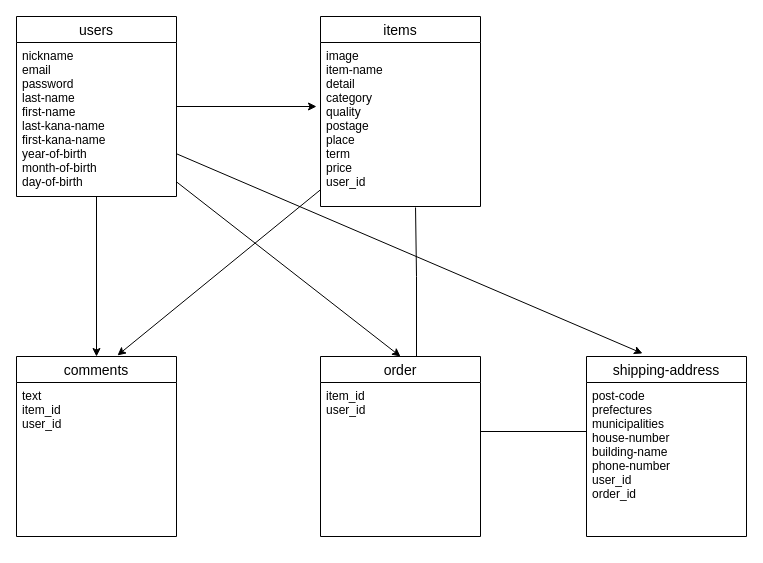
akioGitHub/furima-38267 keeps this draw.io diagram as er.dio. Above is the earlier version. Source tidied: cells renumbered, new cells numbered last; positions are measured from the earlier drawing's top-left corner, leaving out a move shared by most shapes. Both pictures are drawn from the tidied source at 100%, with x=0, y=0 at pixel (16, 16).
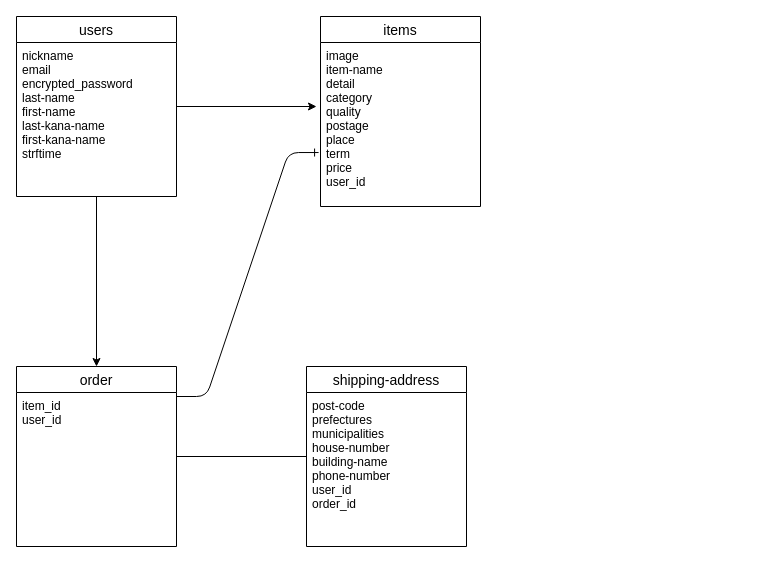
Above is the later version.

The change refers to these unchanged cells:
```xml
<mxCell id="3" value="users" style="swimlane;fontStyle=0;horizontal=1;startSize=26;align=center;fontSize=14;" parent="1" vertex="1">
  <mxGeometry width="160" height="180" as="geometry" />
</mxCell>
<mxCell id="5" value="items" style="swimlane;fontStyle=0;horizontal=1;startSize=26;align=center;fontSize=14;" parent="1" vertex="1">
  <mxGeometry x="304" width="160" height="190" as="geometry" />
</mxCell>
```

Change to the diagram source:
```diff
@@
-    <mxCell id="4" value="nickname&#10;email&#10;password&#10;last-name&#10;first-name&#10;last-kana-name&#10;first-kana-name&#10;year-of-birth&#10;month-of-birth&#10;day-of-birth&#10;" style="text;strokeColor=none;fillColor=none;spacingLeft=4;spacingRight=4;overflow=hidden;points=[[0,0.5],[1,0.5]];portConstraint=eastwest;fontSize=12;" parent="3" vertex="1">
+    <mxCell id="4" value="nickname&#10;email&#10;encrypted_password&#10;last-name&#10;first-name&#10;last-kana-name&#10;first-kana-name&#10;strftime&#10;&#10;" style="text;strokeColor=none;fillColor=none;spacingLeft=4;spacingRight=4;overflow=hidden;points=[[0,0.5],[1,0.5]];portConstraint=eastwest;fontSize=12;" parent="3" vertex="1">
       <mxGeometry y="26" width="160" height="154" as="geometry" />
     </mxCell>
@@
-    <mxCell id="6" value="image&#10;item-name&#10;detail&#10;category&#10;quality&#10;postage&#10;place&#10;term&#10;price&#10;user_id&#10;" style="text;strokeColor=none;fillColor=none;spacingLeft=4;spacingRight=4;overflow=hidden;points=[[0,0.5],[1,0.5]];portConstraint=eastwest;fontSize=12;" parent="5" vertex="1">
-      <mxGeometry y="26" width="160" height="164" as="geometry" />
-    </mxCell>
-    <mxCell id="7" value="comments" style="swimlane;fontStyle=0;horizontal=1;startSize=26;align=center;fontSize=14;" parent="1" vertex="1">
-      <mxGeometry y="340" width="160" height="180" as="geometry" />
-    </mxCell>
-    <mxCell id="8" value="text&#10;item_id&#10;user_id" style="text;strokeColor=none;fillColor=none;spacingLeft=4;spacingRight=4;overflow=hidden;fontSize=12;" parent="7" vertex="1">
-      <mxGeometry y="26" width="160" height="154" as="geometry" />
-    </mxCell>
     <mxCell id="9" value="shipping-address" style="swimlane;fontStyle=0;horizontal=1;startSize=26;align=center;fontSize=14;" parent="1" vertex="1">
-      <mxGeometry x="570" y="340" width="160" height="180" as="geometry" />
+      <mxGeometry x="290" y="350" width="160" height="180" as="geometry" />
     </mxCell>
@@
     <mxCell id="11" value="order" style="swimlane;fontStyle=0;horizontal=1;startSize=26;align=center;fontSize=14;" parent="1" vertex="1">
-      <mxGeometry x="304" y="340" width="160" height="180" as="geometry" />
+      <mxGeometry y="350" width="160" height="180" as="geometry" />
     </mxCell>
@@
-    <mxCell id="13" style="edgeStyle=none;html=1;entryX=0.5;entryY=0;entryDx=0;entryDy=0;" parent="1" edge="1" source="4" target="7">
-      <mxGeometry relative="1" as="geometry" />
-    </mxCell>
@@
-    <mxCell id="15" style="edgeStyle=none;html=1;entryX=0.35;entryY=-0.017;entryDx=0;entryDy=0;entryPerimeter=0;" parent="1" edge="1" source="4" target="9">
-      <mxGeometry relative="1" as="geometry" />
-    </mxCell>
-    <mxCell id="16" style="endArrow=none;html=1;rounded=0;exitX=0.594;exitY=1.006;exitDx=0;exitDy=0;exitPerimeter=0;" parent="1" edge="1" source="6">
-      <mxGeometry relative="1" as="geometry">
-        <mxPoint x="400" y="340" as="targetPoint" />
-        <Array as="points">
-          <mxPoint x="400" y="260" />
-          <mxPoint x="400" y="340" />
-        </Array>
-      </mxGeometry>
-    </mxCell>
-    <mxCell id="17" style="edgeStyle=none;html=1;entryX=0.631;entryY=-0.006;entryDx=0;entryDy=0;entryPerimeter=0;" parent="1" edge="1" source="6" target="7">
-      <mxGeometry relative="1" as="geometry" />
-    </mxCell>
     <mxCell id="18" style="line;strokeWidth=1;dashed=0;labelPosition=right;align=left;verticalAlign=middle;spacingTop=0;spacingLeft=6;" parent="1" vertex="1">
-      <mxGeometry x="464" y="410" width="106" height="10" as="geometry" />
+      <mxGeometry x="160" y="435" width="130" height="10" as="geometry" />
     </mxCell>
+    <mxCell id="6" value="image&#10;item-name&#10;detail&#10;category&#10;quality&#10;postage&#10;place&#10;term&#10;price&#10;user_id&#10;" style="text;strokeColor=none;fillColor=none;spacingLeft=4;spacingRight=4;overflow=hidden;points=[[0,0.5],[1,0.5]];portConstraint=eastwest;fontSize=12;" parent="1" vertex="1">
+      <mxGeometry x="304" y="26" width="160" height="164" as="geometry" />
+    </mxCell>
+    <mxCell id="19" style="edgeStyle=entityRelationEdgeStyle;fontSize=12;html=1;endArrow=ERone;endFill=1;entryX=-0.012;entryY=0.671;entryDx=0;entryDy=0;entryPerimeter=0;" parent="1" edge="1" target="6">
+      <mxGeometry relative="1" as="geometry">
+        <mxPoint x="160" y="380" as="sourcePoint" />
+      </mxGeometry>
+    </mxCell>
```
